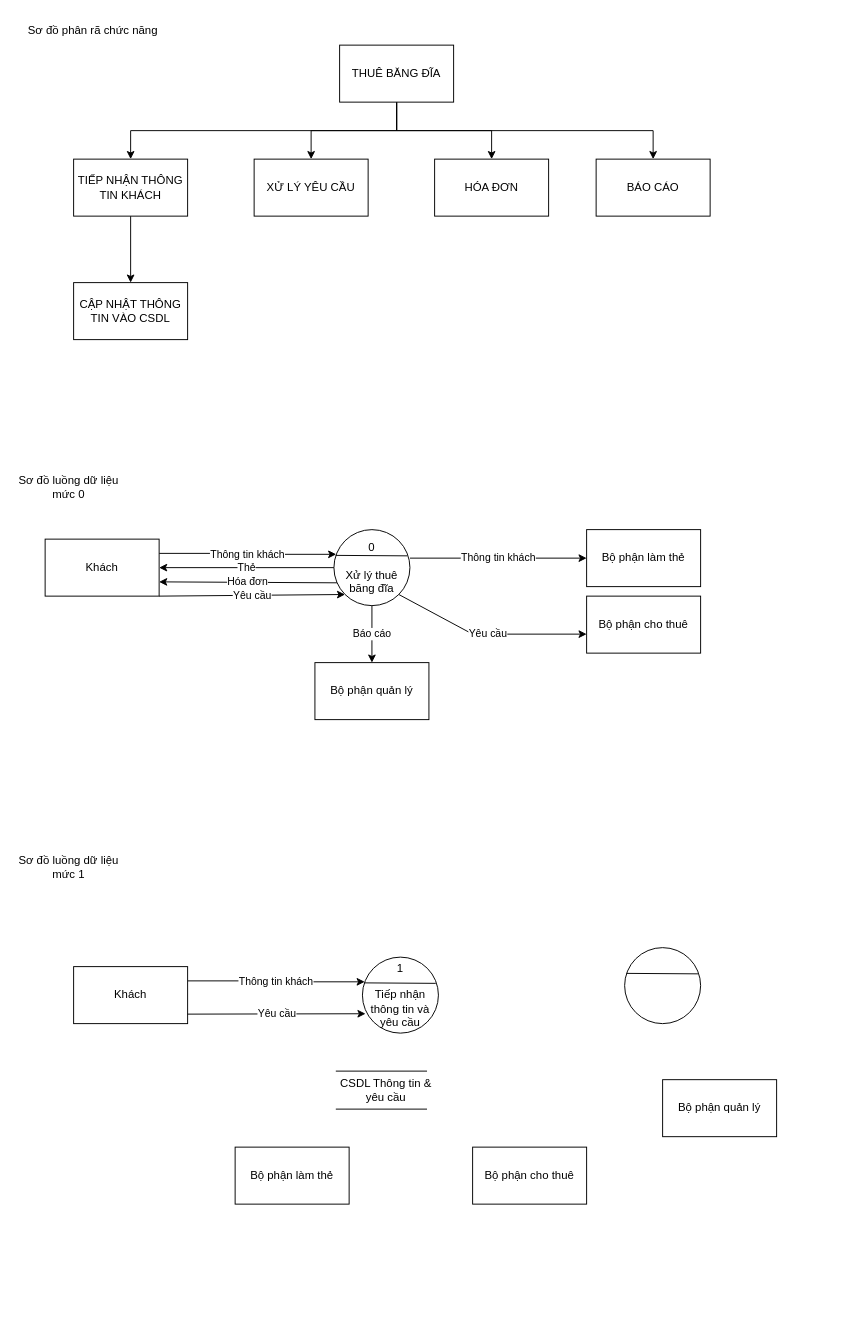
InfiniteByte1811/branch1 keeps this draw.io diagram as Biểu đồ không có tiêu đề 2.drawio. Above is the earlier version. Source tidied: cells renumbered, new cells numbered last; positions are measured from the earlier drawing's top-left corner, leaving out a move shared by most shapes. Both pictures are drawn from the tidied source at 95%, with x=0, y=0 at pixel (16, 16).
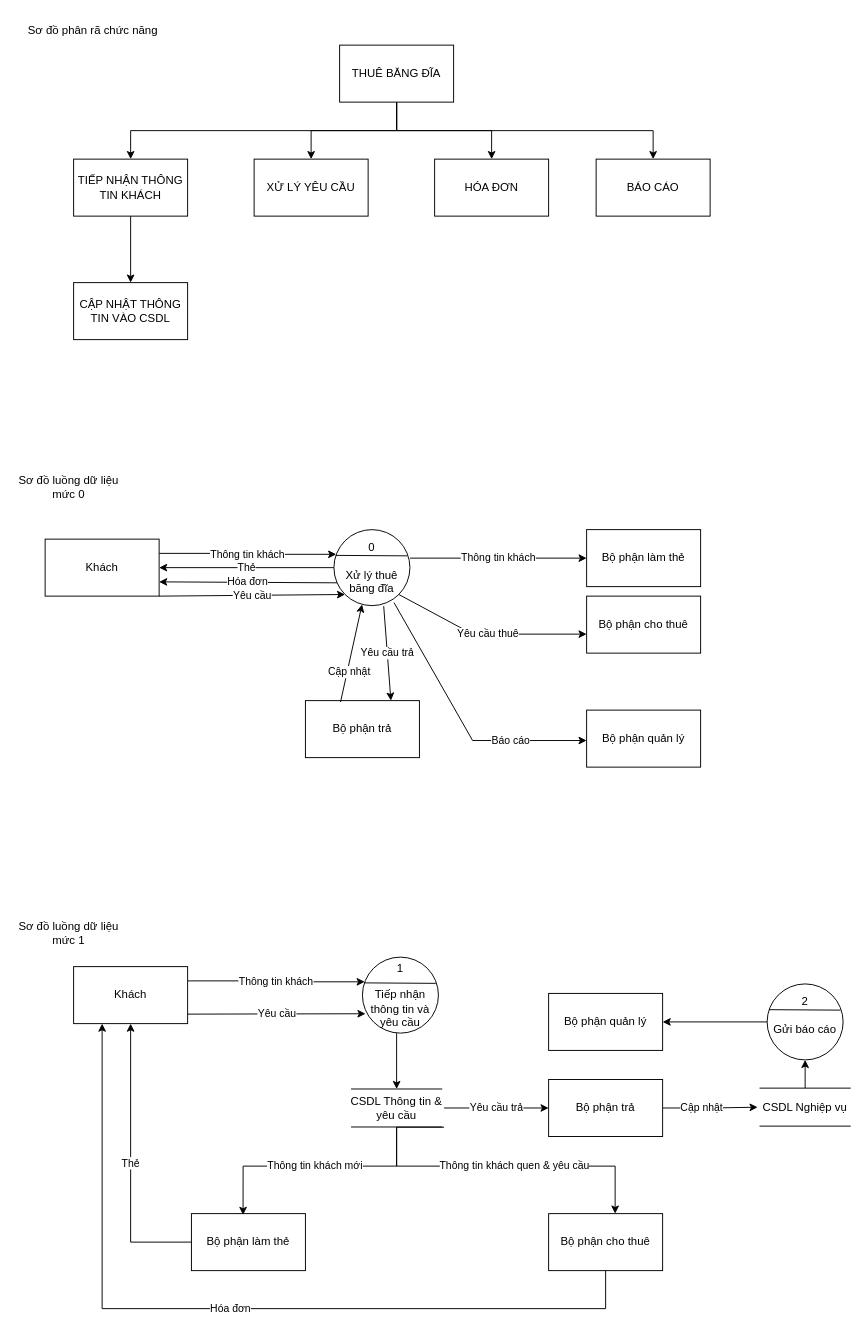
The same diagram, later.

Commit message:
Cập nhật Biểu đồ không có tiêu đề 2.drawio

The change refers to these unchanged cells:
```xml
<mxCell id="17" value="0&lt;br&gt;&lt;br&gt;Xử lý thuê băng đĩa" style="ellipse;whiteSpace=wrap;html=1;" parent="1" vertex="1">
  <mxGeometry x="334" y="540" width="80" height="80" as="geometry" />
</mxCell>
<mxCell id="29" value="Khách" style="rounded=0;whiteSpace=wrap;html=1;" parent="1" vertex="1">
  <mxGeometry x="60" y="1000" width="120" height="60" as="geometry" />
</mxCell>
```

What changed in the source:
```diff
@@
-    <mxCell id="16" value="Báo cáo" style="edgeStyle=orthogonalEdgeStyle;rounded=0;jettySize=auto;html=1;entryX=0.5;entryY=0;entryDx=0;entryDy=0;" parent="1" edge="1" source="17" target="24">
-      <mxGeometry relative="1" as="geometry" />
-    </mxCell>
@@
     <mxCell id="24" value="Bộ phận quản lý" style="rounded=0;whiteSpace=wrap;html=1;" parent="1" vertex="1">
-      <mxGeometry x="314" y="680" width="120" height="60" as="geometry" />
+      <mxGeometry x="600" y="730" width="120" height="60" as="geometry" />
     </mxCell>
     <mxCell id="25" value="Sơ đồ luồng dữ liệu mức 1" style="text;html=1;strokeColor=none;fillColor=none;align=center;verticalAlign=middle;whiteSpace=wrap;rounded=0;" parent="1" vertex="1">
-      <mxGeometry y="870" width="110" height="50" as="geometry" />
+      <mxGeometry y="940" width="110" height="50" as="geometry" />
     </mxCell>
@@
+    <mxCell id="42" value="Thẻ" style="edgeStyle=orthogonalEdgeStyle;rounded=0;jettySize=auto;html=1;entryX=0.5;entryY=1;entryDx=0;entryDy=0;" parent="1" edge="1" source="30" target="29">
+      <mxGeometry relative="1" as="geometry" />
+    </mxCell>
     <mxCell id="30" value="Bộ phận làm thẻ" style="rounded=0;whiteSpace=wrap;html=1;" parent="1" vertex="1">
-      <mxGeometry x="230" y="1190" width="120" height="60" as="geometry" />
+      <mxGeometry x="184" y="1260" width="120" height="60" as="geometry" />
     </mxCell>
     <mxCell id="31" value="Bộ phận quản lý" style="rounded=0;whiteSpace=wrap;html=1;" parent="1" vertex="1">
-      <mxGeometry x="680" y="1119" width="120" height="60" as="geometry" />
+      <mxGeometry x="560" y="1028.2" width="120" height="60" as="geometry" />
     </mxCell>
@@
-    <mxCell id="34" value="Yêu cầu" style="endArrow=classic;html=1;rounded=0;exitX=1;exitY=1;exitDx=0;exitDy=0;" parent="1" edge="1" source="17">
+    <mxCell id="34" value="Yêu cầu thuê" style="endArrow=classic;html=1;rounded=0;exitX=1;exitY=1;exitDx=0;exitDy=0;" parent="1" edge="1" source="17">
       <mxGeometry relative="1" as="geometry">
         <mxPoint x="600" y="650" as="targetPoint" />
         <Array as="points">
           <mxPoint x="480" y="650" />
         </Array>
       </mxGeometry>
     </mxCell>
@@
+    <mxCell id="43" style="edgeStyle=orthogonalEdgeStyle;rounded=0;jettySize=auto;html=1;exitX=0;exitY=0.5;exitDx=0;exitDy=0;" parent="1" edge="1" source="36" target="31">
+      <mxGeometry relative="1" as="geometry" />
+    </mxCell>
-    <mxCell id="36" style="ellipse;whiteSpace=wrap;html=1;" parent="1" vertex="1">
-      <mxGeometry x="640" y="980" width="80" height="80" as="geometry" />
+    <mxCell id="36" value="2&lt;br&gt;&lt;br&gt;Gửi báo cáo&lt;br&gt;&amp;nbsp;" style="ellipse;whiteSpace=wrap;html=1;" parent="1" vertex="1">
+      <mxGeometry x="790" y="1018.2" width="80" height="80" as="geometry" />
     </mxCell>
@@
+    <mxCell id="44" value="Hóa đơn" style="edgeStyle=orthogonalEdgeStyle;rounded=0;jettySize=auto;html=1;entryX=0.25;entryY=1;entryDx=0;entryDy=0;" parent="1" edge="1" source="38" target="29">
+      <mxGeometry relative="1" as="geometry">
+        <Array as="points">
+          <mxPoint x="620" y="1360" />
+          <mxPoint x="90" y="1360" />
+        </Array>
+      </mxGeometry>
+    </mxCell>
+    <mxCell id="45" style="edgeStyle=orthogonalEdgeStyle;rounded=0;jettySize=auto;html=1;exitX=1;exitY=0.5;exitDx=0;exitDy=0;" parent="1" edge="1" source="55">
+      <mxGeometry relative="1" as="geometry">
+        <mxPoint x="780" y="1148" as="targetPoint" />
+      </mxGeometry>
+    </mxCell>
+    <mxCell id="46" value="Cập nhật" style="edgeLabel;html=1;align=center;verticalAlign=middle;" parent="45" vertex="1">
+      <mxGeometry x="-0.28" y="-2" relative="1" as="geometry">
+        <mxPoint x="4" y="-3" as="offset" />
+      </mxGeometry>
+    </mxCell>
     <mxCell id="38" value="Bộ phận cho thuê" style="rounded=0;whiteSpace=wrap;html=1;" parent="1" vertex="1">
-      <mxGeometry x="480" y="1190" width="120" height="60" as="geometry" />
+      <mxGeometry x="560" y="1260" width="120" height="60" as="geometry" />
     </mxCell>
     <mxCell id="39" style="endArrow=none;html=1;rounded=0;" parent="1" edge="1">
       <mxGeometry relative="1" as="geometry">
-        <mxPoint x="336" y="1110" as="sourcePoint" />
-        <mxPoint x="432" y="1110" as="targetPoint" />
+        <mxPoint x="352" y="1128.8" as="sourcePoint" />
+        <mxPoint x="448" y="1128.8" as="targetPoint" />
       </mxGeometry>
     </mxCell>
     <mxCell id="40" style="endArrow=none;html=1;rounded=0;" parent="1" edge="1">
       <mxGeometry relative="1" as="geometry">
-        <mxPoint x="336" y="1150" as="sourcePoint" />
-        <mxPoint x="432" y="1150" as="targetPoint" />
+        <mxPoint x="352" y="1168.8" as="sourcePoint" />
+        <mxPoint x="448" y="1168.8" as="targetPoint" />
       </mxGeometry>
     </mxCell>
+    <mxCell id="47" value="Thông tin khách mới" style="edgeStyle=orthogonalEdgeStyle;rounded=0;jettySize=auto;html=1;exitX=0.5;exitY=1;exitDx=0;exitDy=0;entryX=0.453;entryY=0.023;entryDx=0;entryDy=0;entryPerimeter=0;" parent="1" edge="1" source="41" target="30">
+      <mxGeometry relative="1" as="geometry">
+        <Array as="points">
+          <mxPoint x="400" y="1210" />
+          <mxPoint x="238" y="1210" />
+        </Array>
+      </mxGeometry>
+    </mxCell>
+    <mxCell id="48" value="Thông tin khách quen &amp;amp; yêu cầu" style="edgeStyle=orthogonalEdgeStyle;rounded=0;jettySize=auto;html=1;" parent="1" edge="1" target="38">
+      <mxGeometry x="0.16" relative="1" as="geometry">
+        <mxPoint x="450" y="1169" as="sourcePoint" />
+        <Array as="points">
+          <mxPoint x="400" y="1169" />
+          <mxPoint x="400" y="1210" />
+          <mxPoint x="630" y="1210" />
+        </Array>
+      </mxGeometry>
+    </mxCell>
+    <mxCell id="49" value="Yêu cầu trả" style="edgeStyle=orthogonalEdgeStyle;rounded=0;jettySize=auto;html=1;entryX=0;entryY=0.5;entryDx=0;entryDy=0;" parent="1" edge="1" source="41" target="55">
+      <mxGeometry relative="1" as="geometry" />
+    </mxCell>
     <mxCell id="41" value="CSDL Thông tin &amp;amp; yêu cầu" style="text;html=1;strokeColor=none;fillColor=none;align=center;verticalAlign=middle;whiteSpace=wrap;rounded=0;" parent="1" vertex="1">
-      <mxGeometry x="334" y="1110" width="110" height="40" as="geometry" />
+      <mxGeometry x="350" y="1128.8" width="100" height="40" as="geometry" />
     </mxCell>
+    <mxCell id="50" style="endArrow=classic;html=1;rounded=0;entryX=0.5;entryY=0;entryDx=0;entryDy=0;" parent="1" edge="1" target="41">
+      <mxGeometry relative="1" as="geometry">
+        <mxPoint x="400" y="1070" as="sourcePoint" />
+      </mxGeometry>
+    </mxCell>
+    <mxCell id="51" style="endArrow=none;html=1;rounded=0;" parent="1" edge="1">
+      <mxGeometry relative="1" as="geometry">
+        <mxPoint x="782" y="1127.9" as="sourcePoint" />
+        <mxPoint x="878" y="1127.9" as="targetPoint" />
+      </mxGeometry>
+    </mxCell>
+    <mxCell id="52" style="endArrow=none;html=1;rounded=0;" parent="1" edge="1">
+      <mxGeometry relative="1" as="geometry">
+        <mxPoint x="782" y="1167.9" as="sourcePoint" />
+        <mxPoint x="878" y="1167.9" as="targetPoint" />
+      </mxGeometry>
+    </mxCell>
+    <mxCell id="53" style="edgeStyle=orthogonalEdgeStyle;rounded=0;jettySize=auto;html=1;exitX=0.5;exitY=0;exitDx=0;exitDy=0;entryX=0.5;entryY=1;entryDx=0;entryDy=0;" parent="1" edge="1" source="54" target="36">
+      <mxGeometry relative="1" as="geometry" />
+    </mxCell>
+    <mxCell id="54" value="CSDL Nghiệp vụ" style="text;html=1;strokeColor=none;fillColor=none;align=center;verticalAlign=middle;whiteSpace=wrap;rounded=0;" parent="1" vertex="1">
+      <mxGeometry x="780" y="1127.9" width="100" height="40" as="geometry" />
+    </mxCell>
+    <mxCell id="55" value="Bộ phận trả" style="rounded=0;whiteSpace=wrap;html=1;" parent="1" vertex="1">
+      <mxGeometry x="560" y="1118.8" width="120" height="60" as="geometry" />
+    </mxCell>
+    <mxCell id="56" value="Bộ phận trả" style="rounded=0;whiteSpace=wrap;html=1;" parent="1" vertex="1">
+      <mxGeometry x="304" y="720" width="120" height="60" as="geometry" />
+    </mxCell>
+    <mxCell id="16" value="Báo cáo" style="endArrow=classic;html=1;rounded=0;exitX=0.791;exitY=0.961;exitDx=0;exitDy=0;exitPerimeter=0;" parent="1" edge="1" source="17">
+      <mxGeometry x="0.44" relative="1" as="geometry">
+        <mxPoint x="600" y="762" as="targetPoint" />
+        <Array as="points">
+          <mxPoint x="480" y="762" />
+        </Array>
+      </mxGeometry>
+    </mxCell>
+    <mxCell id="57" value="Yêu cầu trả" style="endArrow=classic;html=1;rounded=0;exitX=0.655;exitY=1.007;exitDx=0;exitDy=0;exitPerimeter=0;entryX=0.75;entryY=0;entryDx=0;entryDy=0;" parent="1" edge="1" source="17" target="56">
+      <mxGeometry relative="1" as="geometry" />
+    </mxCell>
+    <mxCell id="58" value="Cập nhật" style="endArrow=classic;html=1;rounded=0;entryX=0.37;entryY=0.984;entryDx=0;entryDy=0;entryPerimeter=0;exitX=0.308;exitY=0.024;exitDx=0;exitDy=0;exitPerimeter=0;" parent="1" edge="1" source="56" target="17">
+      <mxGeometry x="-0.38" y="-2" relative="1" as="geometry" />
+    </mxCell>
```
